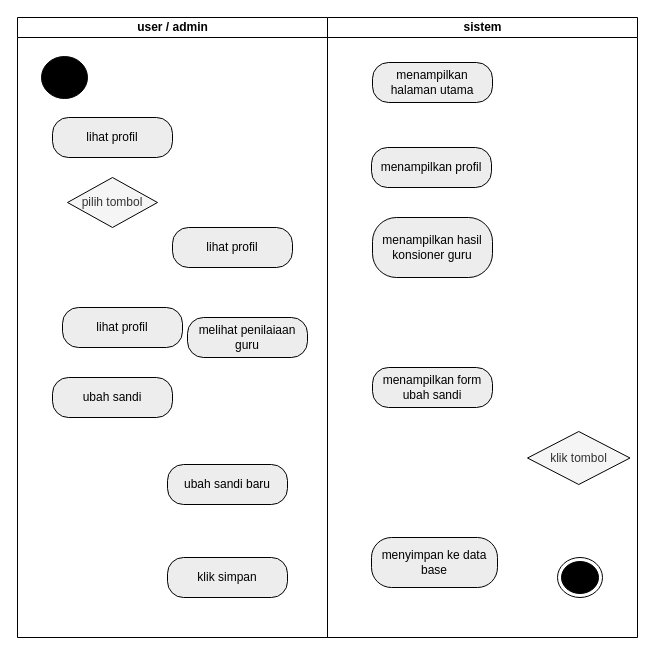
Above: Diagram Tanpa Judul.drawio in muchtarfaizin/git-test (draw.io), before the change. Source tidied: cells renumbered, new cells numbered last; positions are measured from the earlier drawing's top-left corner, leaving out a move shared by most shapes. Both pictures are drawn from the tidied source at 100%, with x=0, y=0 at pixel (17, 17).
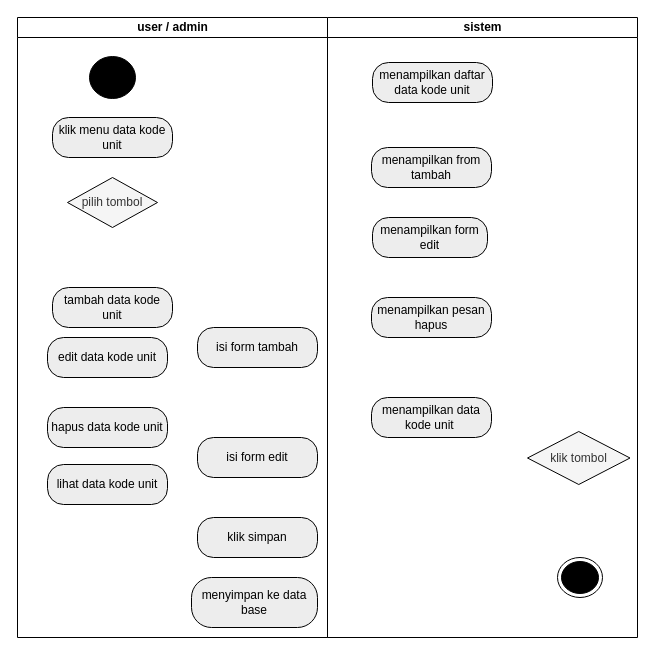
After the change.

Commit message:
Pemutakhiran Diagram kode unit.drawio

Unchanged cells that the change refers to:
```xml
<mxCell id="2" value="sistem" style="swimlane;startSize=20;html=1;" parent="1" vertex="1">
  <mxGeometry x="310" width="310" height="620" as="geometry" />
</mxCell>
<mxCell id="10" value="user / admin" style="swimlane;startSize=20;html=1;" parent="1" vertex="1">
  <mxGeometry width="310" height="620" as="geometry" />
</mxCell>
```

Diff of the diagram source:
```diff
@@
-    <mxCell id="3" value="menampilkan halaman utama" style="rounded=1;whiteSpace=wrap;html=1;arcSize=40;fontColor=#000000;fillColor=#ededed;strokeColor=#000000;" parent="2" vertex="1">
+    <mxCell id="3" value="menampilkan daftar data kode unit" style="rounded=1;whiteSpace=wrap;html=1;arcSize=40;fontColor=#000000;fillColor=#ededed;strokeColor=#000000;" parent="2" vertex="1">
       <mxGeometry x="45" y="45" width="120" height="40" as="geometry" />
     </mxCell>
-    <mxCell id="4" value="menampilkan profil" style="rounded=1;whiteSpace=wrap;html=1;arcSize=40;fontColor=#000000;fillColor=#ededed;strokeColor=#000000;" parent="2" vertex="1">
+    <mxCell id="4" value="menampilkan from tambah" style="rounded=1;whiteSpace=wrap;html=1;arcSize=40;fontColor=#000000;fillColor=#ededed;strokeColor=#000000;" parent="2" vertex="1">
       <mxGeometry x="44" y="130" width="120" height="40" as="geometry" />
     </mxCell>
-    <mxCell id="5" value="menampilkan form ubah sandi" style="rounded=1;whiteSpace=wrap;html=1;arcSize=40;fontColor=#000000;fillColor=#ededed;strokeColor=#000000;" parent="2" vertex="1">
-      <mxGeometry x="45" y="350" width="120" height="40" as="geometry" />
+    <mxCell id="5" value="menampilkan pesan hapus" style="rounded=1;whiteSpace=wrap;html=1;arcSize=40;fontColor=#000000;fillColor=#ededed;strokeColor=#000000;" parent="2" vertex="1">
+      <mxGeometry x="44" y="280" width="120" height="40" as="geometry" />
     </mxCell>
@@
-    <mxCell id="8" value="menampilkan hasil konsioner guru" style="rounded=1;whiteSpace=wrap;html=1;arcSize=40;fontColor=#000000;fillColor=#ededed;strokeColor=#000000;" parent="2" vertex="1">
-      <mxGeometry x="45" y="200" width="120" height="60" as="geometry" />
+    <mxCell id="8" value="menampilkan form edit" style="rounded=1;whiteSpace=wrap;html=1;arcSize=40;fontColor=#000000;fillColor=#ededed;strokeColor=#000000;" parent="2" vertex="1">
+      <mxGeometry x="45" y="200" width="115" height="40" as="geometry" />
     </mxCell>
-    <mxCell id="9" value="menyimpan ke data base" style="rounded=1;whiteSpace=wrap;html=1;arcSize=40;fontColor=#000000;fillColor=#ededed;strokeColor=#000000;" parent="2" vertex="1">
-      <mxGeometry x="44" y="520" width="126" height="50" as="geometry" />
-    </mxCell>
+    <mxCell id="20" value="menampilkan data kode unit&amp;nbsp;" style="rounded=1;whiteSpace=wrap;html=1;arcSize=40;fontColor=#000000;fillColor=#ededed;strokeColor=#000000;" parent="2" vertex="1">
+      <mxGeometry x="44" y="380" width="120" height="40" as="geometry" />
+    </mxCell>
@@
     <mxCell id="11" style="ellipse;html=1;shape=startState;fillColor=#000000;strokeColor=#000000;" parent="10" vertex="1">
-      <mxGeometry x="20" y="35" width="54" height="50" as="geometry" />
+      <mxGeometry x="68" y="35" width="54" height="50" as="geometry" />
     </mxCell>
-    <mxCell id="12" value="lihat profil" style="rounded=1;whiteSpace=wrap;html=1;arcSize=40;fontColor=#000000;fillColor=#ededed;strokeColor=#000000;" parent="10" vertex="1">
+    <mxCell id="12" value="klik menu data kode unit" style="rounded=1;whiteSpace=wrap;html=1;arcSize=40;fontColor=#000000;fillColor=#ededed;strokeColor=#000000;" parent="10" vertex="1">
       <mxGeometry x="35" y="100" width="120" height="40" as="geometry" />
     </mxCell>
-    <mxCell id="13" value="ubah sandi baru" style="rounded=1;whiteSpace=wrap;html=1;arcSize=40;fontColor=#000000;fillColor=#ededed;strokeColor=#000000;" parent="10" vertex="1">
-      <mxGeometry x="150" y="447" width="120" height="40" as="geometry" />
+    <mxCell id="13" value="isi form tambah" style="rounded=1;whiteSpace=wrap;html=1;arcSize=40;fontColor=#000000;fillColor=#ededed;strokeColor=#000000;" parent="10" vertex="1">
+      <mxGeometry x="180" y="310" width="120" height="40" as="geometry" />
     </mxCell>
-    <mxCell id="14" value="melihat penilaiaan guru" style="rounded=1;whiteSpace=wrap;html=1;arcSize=40;fontColor=#000000;fillColor=#ededed;strokeColor=#000000;" parent="10" vertex="1">
-      <mxGeometry x="170" y="300" width="120" height="40" as="geometry" />
+    <mxCell id="14" value="tambah data kode unit" style="rounded=1;whiteSpace=wrap;html=1;arcSize=40;fontColor=#000000;fillColor=#ededed;strokeColor=#000000;" parent="10" vertex="1">
+      <mxGeometry x="35" y="270" width="120" height="40" as="geometry" />
     </mxCell>
-    <mxCell id="15" value="ubah sandi" style="rounded=1;whiteSpace=wrap;html=1;arcSize=40;fontColor=#000000;fillColor=#ededed;strokeColor=#000000;" parent="10" vertex="1">
-      <mxGeometry x="35" y="360" width="120" height="40" as="geometry" />
+    <mxCell id="15" value="hapus data kode unit" style="rounded=1;whiteSpace=wrap;html=1;arcSize=40;fontColor=#000000;fillColor=#ededed;strokeColor=#000000;" parent="10" vertex="1">
+      <mxGeometry x="30" y="390" width="120" height="40" as="geometry" />
     </mxCell>
-    <mxCell id="16" value="klik simpan" style="rounded=1;whiteSpace=wrap;html=1;arcSize=40;fontColor=#000000;fillColor=#ededed;strokeColor=#000000;" parent="10" vertex="1">
-      <mxGeometry x="150" y="540" width="120" height="40" as="geometry" />
+    <mxCell id="16" value="isi form edit" style="rounded=1;whiteSpace=wrap;html=1;arcSize=40;fontColor=#000000;fillColor=#ededed;strokeColor=#000000;" parent="10" vertex="1">
+      <mxGeometry x="180" y="420" width="120" height="40" as="geometry" />
     </mxCell>
@@
-    <mxCell id="18" value="lihat profil" style="rounded=1;whiteSpace=wrap;html=1;arcSize=40;fontColor=#000000;fillColor=#ededed;strokeColor=#000000;" parent="10" vertex="1">
-      <mxGeometry x="155" y="210" width="120" height="40" as="geometry" />
+    <mxCell id="18" value="lihat data kode unit" style="rounded=1;whiteSpace=wrap;html=1;arcSize=40;fontColor=#000000;fillColor=#ededed;strokeColor=#000000;" parent="10" vertex="1">
+      <mxGeometry x="30" y="447" width="120" height="40" as="geometry" />
     </mxCell>
-    <mxCell id="19" value="lihat profil" style="rounded=1;whiteSpace=wrap;html=1;arcSize=40;fontColor=#000000;fillColor=#ededed;strokeColor=#000000;" parent="1" vertex="1">
-      <mxGeometry x="45" y="290" width="120" height="40" as="geometry" />
+    <mxCell id="19" value="edit data kode unit" style="rounded=1;whiteSpace=wrap;html=1;arcSize=40;fontColor=#000000;fillColor=#ededed;strokeColor=#000000;" parent="10" vertex="1">
+      <mxGeometry x="30" y="320" width="120" height="40" as="geometry" />
     </mxCell>
+    <mxCell id="9" value="menyimpan ke data base" style="rounded=1;whiteSpace=wrap;html=1;arcSize=40;fontColor=#000000;fillColor=#ededed;strokeColor=#000000;" parent="10" vertex="1">
+      <mxGeometry x="174" y="560" width="126" height="50" as="geometry" />
+    </mxCell>
+    <mxCell id="21" value="klik simpan" style="rounded=1;whiteSpace=wrap;html=1;arcSize=40;fontColor=#000000;fillColor=#ededed;strokeColor=#000000;" parent="10" vertex="1">
+      <mxGeometry x="180" y="500" width="120" height="40" as="geometry" />
+    </mxCell>
```
